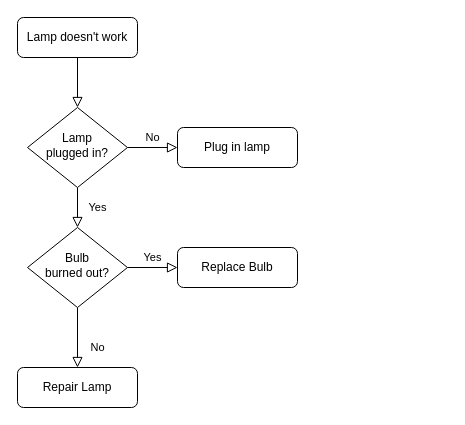
1214701459/drawIO keeps this draw.io diagram as 测试图.drawio. Above is the earlier version. Source tidied: cells renumbered, new cells numbered last; positions are measured from the earlier drawing's top-left corner, leaving out a move shared by most shapes. Both pictures are drawn from the tidied source at 100%, with x=0, y=0 at pixel (17, 17).
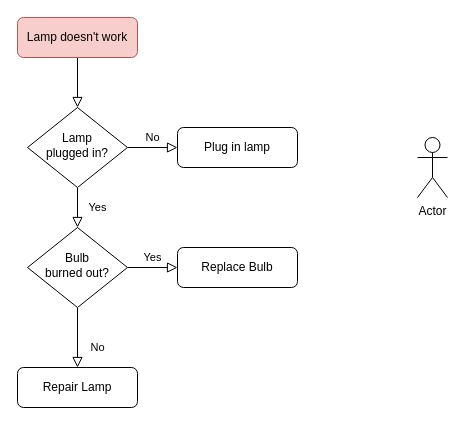
Above is the later version.

Commit message:
更新测试图.drawio

The edit, as a diff of the source:
```diff
@@
 <mxGraphModel>
   <root>
     <mxCell id="0" />
     <mxCell id="1" parent="0" />
     <mxCell id="2" style="rounded=0;html=1;jettySize=auto;fontSize=11;endArrow=block;endFill=0;endSize=8;strokeWidth=1;shadow=0;labelBackgroundColor=none;edgeStyle=orthogonalEdgeStyle;" parent="1" edge="1" source="3" target="6">
       <mxGeometry relative="1" as="geometry" />
     </mxCell>
-    <mxCell id="3" value="Lamp doesn't work" style="rounded=1;whiteSpace=wrap;html=1;fontSize=12;glass=0;strokeWidth=1;shadow=0;" parent="1" vertex="1">
+    <mxCell id="3" value="Lamp doesn't work" style="rounded=1;whiteSpace=wrap;html=1;fontSize=12;glass=0;strokeWidth=1;shadow=0;fillColor=#f8cecc;strokeColor=#b85450;" parent="1" vertex="1">
       <mxGeometry width="120" height="40" as="geometry" />
     </mxCell>
     <mxCell id="4" value="Yes" style="rounded=0;html=1;jettySize=auto;fontSize=11;endArrow=block;endFill=0;endSize=8;strokeWidth=1;shadow=0;labelBackgroundColor=none;edgeStyle=orthogonalEdgeStyle;" parent="1" edge="1" source="6" target="10">
       <mxGeometry y="20" relative="1" as="geometry" />
     </mxCell>
     <mxCell id="5" value="No" style="edgeStyle=orthogonalEdgeStyle;rounded=0;html=1;jettySize=auto;fontSize=11;endArrow=block;endFill=0;endSize=8;strokeWidth=1;shadow=0;labelBackgroundColor=none;" parent="1" edge="1" source="6" target="7">
       <mxGeometry y="10" relative="1" as="geometry" />
     </mxCell>
     <mxCell id="6" value="Lamp&lt;br&gt;plugged in?" style="rhombus;whiteSpace=wrap;html=1;shadow=0;fontFamily=Helvetica;fontSize=12;align=center;strokeWidth=1;spacing=6;spacingTop=-4;" parent="1" vertex="1">
       <mxGeometry x="10" y="90" width="100" height="80" as="geometry" />
     </mxCell>
     <mxCell id="7" value="Plug in lamp" style="rounded=1;whiteSpace=wrap;html=1;fontSize=12;glass=0;strokeWidth=1;shadow=0;" parent="1" vertex="1">
       <mxGeometry x="160" y="110" width="120" height="40" as="geometry" />
     </mxCell>
     <mxCell id="8" value="No" style="rounded=0;html=1;jettySize=auto;fontSize=11;endArrow=block;endFill=0;endSize=8;strokeWidth=1;shadow=0;labelBackgroundColor=none;edgeStyle=orthogonalEdgeStyle;" parent="1" edge="1" source="10" target="11">
       <mxGeometry x="0.33" y="20" relative="1" as="geometry" />
     </mxCell>
     <mxCell id="9" value="Yes" style="edgeStyle=orthogonalEdgeStyle;rounded=0;html=1;jettySize=auto;fontSize=11;endArrow=block;endFill=0;endSize=8;strokeWidth=1;shadow=0;labelBackgroundColor=none;" parent="1" edge="1" source="10" target="12">
       <mxGeometry y="10" relative="1" as="geometry" />
     </mxCell>
     <mxCell id="10" value="Bulb&lt;br&gt;burned out?" style="rhombus;whiteSpace=wrap;html=1;shadow=0;fontFamily=Helvetica;fontSize=12;align=center;strokeWidth=1;spacing=6;spacingTop=-4;" parent="1" vertex="1">
       <mxGeometry x="10" y="210" width="100" height="80" as="geometry" />
     </mxCell>
     <mxCell id="11" value="Repair Lamp" style="rounded=1;whiteSpace=wrap;html=1;fontSize=12;glass=0;strokeWidth=1;shadow=0;" parent="1" vertex="1">
       <mxGeometry y="350" width="120" height="40" as="geometry" />
     </mxCell>
     <mxCell id="12" value="Replace Bulb" style="rounded=1;whiteSpace=wrap;html=1;fontSize=12;glass=0;strokeWidth=1;shadow=0;" parent="1" vertex="1">
       <mxGeometry x="160" y="230" width="120" height="40" as="geometry" />
     </mxCell>
+    <mxCell id="13" value="Actor" style="shape=umlActor;verticalLabelPosition=bottom;verticalAlign=top;html=1;" parent="1" vertex="1">
+      <mxGeometry x="400" y="120" width="30" height="60" as="geometry" />
+    </mxCell>
   </root>
 </mxGraphModel>
```
